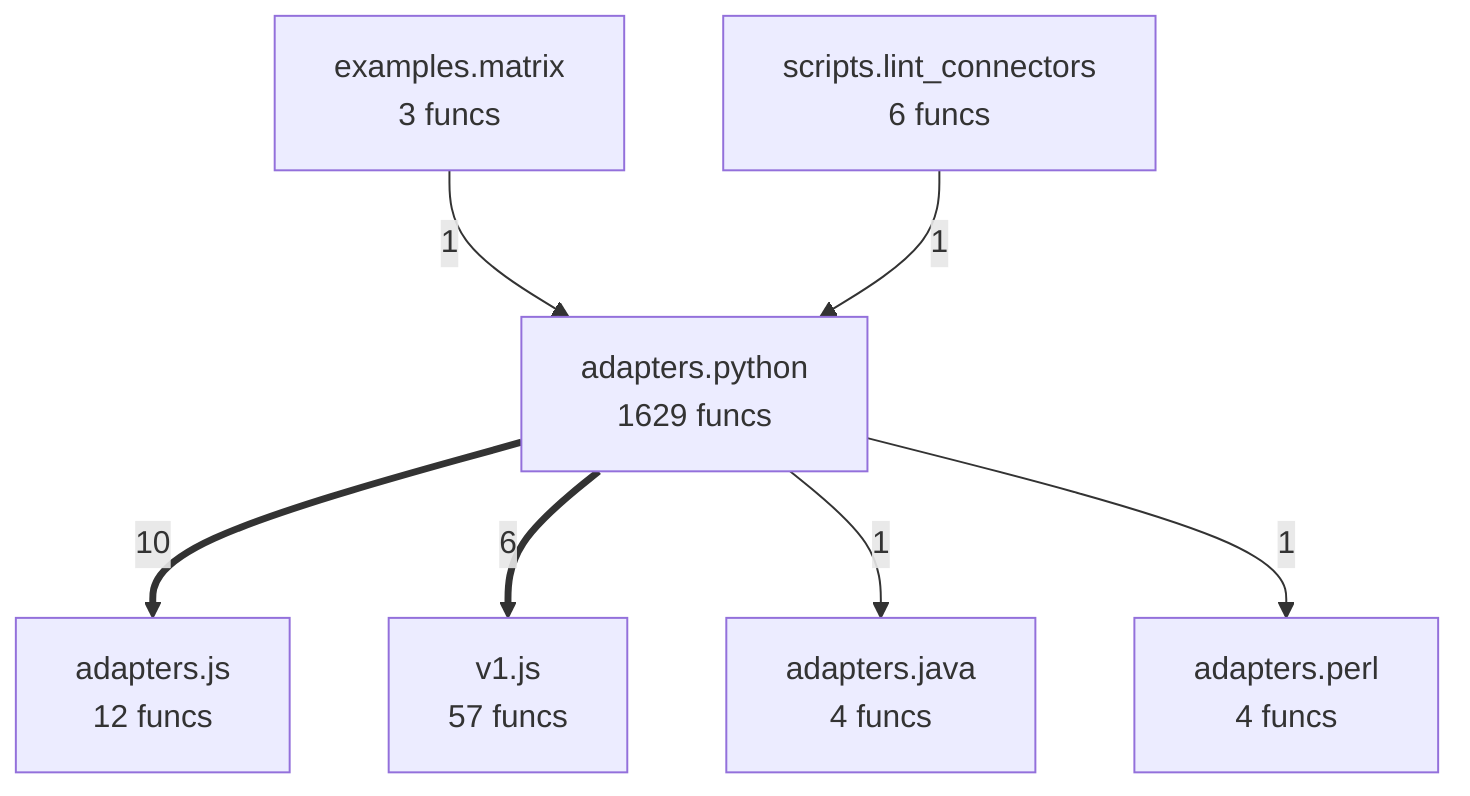
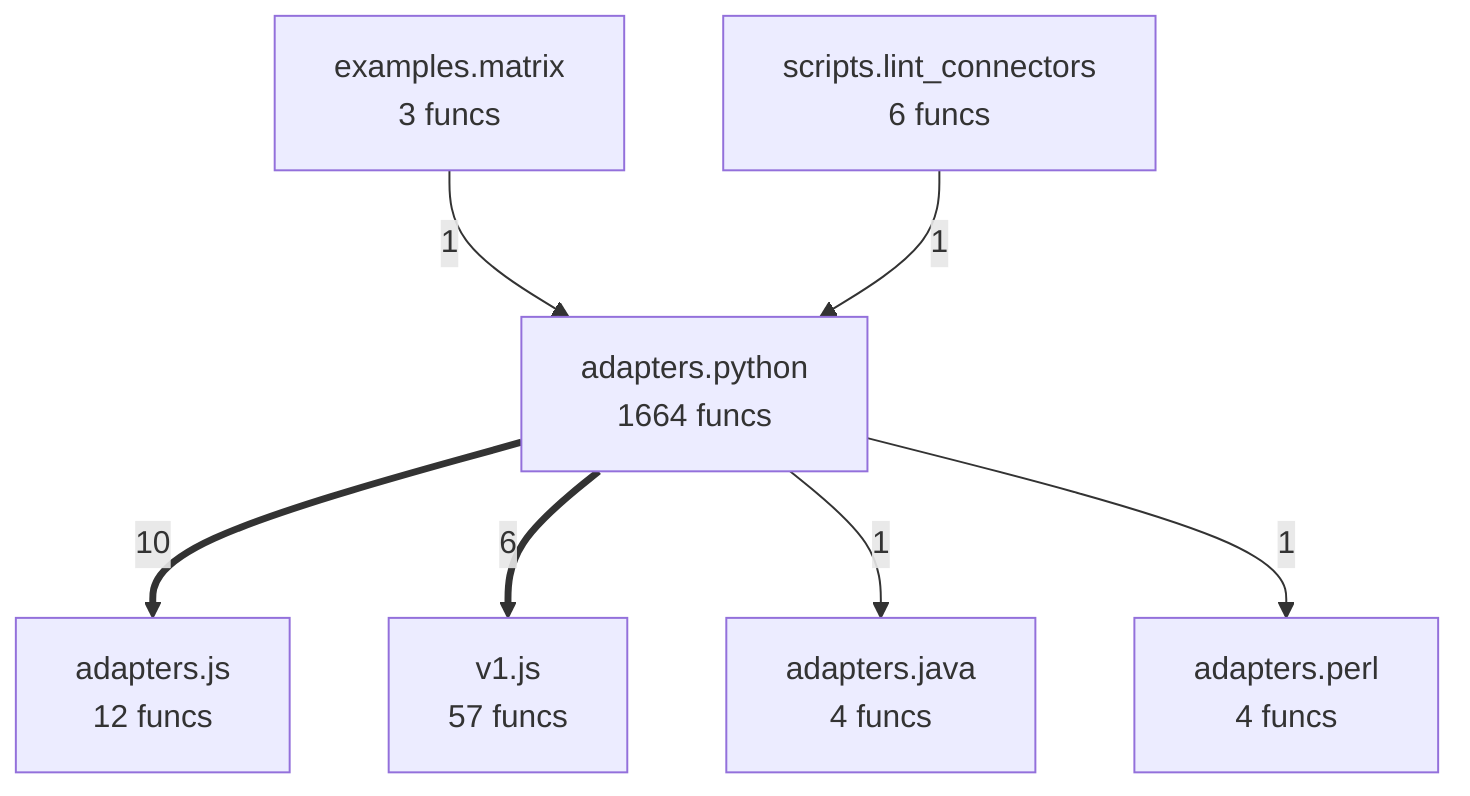
flowchart TD
%% generated in 0.04s
    adapters__java["adapters.java<br/>4 funcs"]
    adapters__js["adapters.js<br/>12 funcs"]
    adapters__perl["adapters.perl<br/>4 funcs"]
-     adapters__python["adapters.python<br/>1629 funcs"]
+     adapters__python["adapters.python<br/>1664 funcs"]
    examples__matrix["examples.matrix<br/>3 funcs"]
    scripts__lint_connectors["scripts.lint_connectors<br/>6 funcs"]
    v1__js["v1.js<br/>57 funcs"]
    adapters__python ==>|10| adapters__js
    adapters__python ==>|6| v1__js
    examples__matrix -->|1| adapters__python
    scripts__lint_connectors -->|1| adapters__python
    adapters__python -->|1| adapters__java
    adapters__python -->|1| adapters__perl
